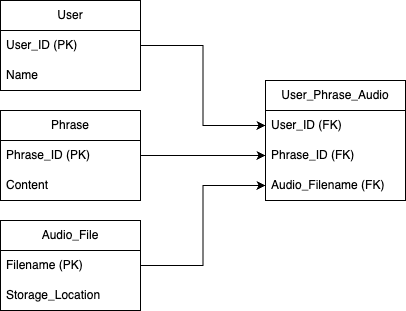
The draw.io diagram diagrams/d_data-Model.png in acltabontabon/audio-storage-service, before a commit. Source tidied: cells renumbered, new cells last; positions are measured from the earlier drawing's top-left corner, leaving out a move shared by most shapes. Source of this version:
```xml
<mxGraphModel>
  <root>
    <mxCell id="0" />
    <mxCell id="1" parent="0" />
    <mxCell id="2" value="User" style="swimlane;fontStyle=0;horizontal=1;startSize=30;whiteSpace=wrap;html=1;" parent="1" vertex="1">
      <mxGeometry width="140" height="90" as="geometry" />
    </mxCell>
    <mxCell id="3" value="User_ID (PK)" style="text;strokeColor=none;fillColor=none;align=left;verticalAlign=middle;spacingLeft=4;spacingRight=4;overflow=hidden;points=[[0,0.5],[1,0.5]];portConstraint=eastwest;whiteSpace=wrap;html=1;" parent="2" vertex="1">
      <mxGeometry y="30" width="140" height="30" as="geometry" />
    </mxCell>
    <mxCell id="4" value="Name" style="text;strokeColor=none;fillColor=none;align=left;verticalAlign=middle;spacingLeft=4;spacingRight=4;overflow=hidden;whiteSpace=wrap;html=1;" parent="2" vertex="1">
      <mxGeometry y="60" width="140" height="30" as="geometry" />
    </mxCell>
    <mxCell id="5" value="Phrase" style="swimlane;fontStyle=0;horizontal=1;startSize=30;whiteSpace=wrap;html=1;" parent="1" vertex="1">
      <mxGeometry y="110" width="140" height="90" as="geometry" />
    </mxCell>
    <mxCell id="6" value="Phrase_ID (PK)" style="text;strokeColor=none;fillColor=none;align=left;verticalAlign=middle;spacingLeft=4;spacingRight=4;overflow=hidden;points=[[0,0.5],[1,0.5]];portConstraint=eastwest;whiteSpace=wrap;html=1;" parent="5" vertex="1">
      <mxGeometry y="30" width="140" height="30" as="geometry" />
    </mxCell>
    <mxCell id="7" value="Content" style="text;strokeColor=none;fillColor=none;align=left;verticalAlign=middle;spacingLeft=4;spacingRight=4;overflow=hidden;whiteSpace=wrap;html=1;" parent="5" vertex="1">
      <mxGeometry y="60" width="140" height="30" as="geometry" />
    </mxCell>
    <mxCell id="8" value="Audio_File" style="swimlane;fontStyle=0;horizontal=1;startSize=30;whiteSpace=wrap;html=1;" parent="1" vertex="1">
      <mxGeometry y="220" width="140" height="90" as="geometry" />
    </mxCell>
    <mxCell id="9" value="Filename (PK)" style="text;strokeColor=none;fillColor=none;align=left;verticalAlign=middle;spacingLeft=4;spacingRight=4;overflow=hidden;points=[[0,0.5],[1,0.5]];portConstraint=eastwest;whiteSpace=wrap;html=1;" parent="8" vertex="1">
      <mxGeometry y="30" width="140" height="30" as="geometry" />
    </mxCell>
    <mxCell id="10" value="Storage_Location" style="text;strokeColor=none;fillColor=none;align=left;verticalAlign=middle;spacingLeft=4;spacingRight=4;overflow=hidden;whiteSpace=wrap;html=1;" parent="8" vertex="1">
      <mxGeometry y="60" width="140" height="30" as="geometry" />
    </mxCell>
    <mxCell id="11" value="User_Phrase_Audio" style="swimlane;fontStyle=0;horizontal=1;startSize=30;whiteSpace=wrap;html=1;" parent="1" vertex="1">
      <mxGeometry x="265" y="80" width="140" height="120" as="geometry" />
    </mxCell>
    <mxCell id="12" value="User_ID (FK)" style="text;strokeColor=none;fillColor=none;align=left;verticalAlign=middle;spacingLeft=4;spacingRight=4;overflow=hidden;points=[[0,0.5],[1,0.5]];portConstraint=eastwest;whiteSpace=wrap;html=1;" parent="11" vertex="1">
      <mxGeometry y="30" width="140" height="30" as="geometry" />
    </mxCell>
    <mxCell id="13" value="Phrase_ID (FK)" style="text;strokeColor=none;fillColor=none;align=left;verticalAlign=middle;spacingLeft=4;spacingRight=4;overflow=hidden;points=[[0,0.5],[1,0.5]];portConstraint=eastwest;whiteSpace=wrap;html=1;" parent="11" vertex="1">
      <mxGeometry y="60" width="140" height="30" as="geometry" />
    </mxCell>
    <mxCell id="14" value="Audio_Filename (FK)" style="text;strokeColor=none;fillColor=none;align=left;verticalAlign=middle;spacingLeft=4;spacingRight=4;overflow=hidden;points=[[0,0.5],[1,0.5]];portConstraint=eastwest;whiteSpace=wrap;html=1;" parent="11" vertex="1">
      <mxGeometry y="90" width="140" height="30" as="geometry" />
    </mxCell>
    <mxCell id="15" style="edgeStyle=orthogonalEdgeStyle;rounded=0;jettySize=auto;html=1;" parent="1" edge="1" source="6" target="13">
      <mxGeometry relative="1" as="geometry" />
    </mxCell>
    <mxCell id="16" style="edgeStyle=orthogonalEdgeStyle;rounded=0;jettySize=auto;html=1;exitX=1;exitY=0.5;exitDx=0;exitDy=0;entryX=0;entryY=0.5;entryDx=0;entryDy=0;" parent="1" edge="1" source="3" target="12">
      <mxGeometry relative="1" as="geometry" />
    </mxCell>
    <mxCell id="17" style="edgeStyle=orthogonalEdgeStyle;rounded=0;jettySize=auto;html=1;exitX=1;exitY=0.5;exitDx=0;exitDy=0;entryX=0;entryY=0.5;entryDx=0;entryDy=0;" parent="1" edge="1" source="9" target="14">
      <mxGeometry relative="1" as="geometry" />
    </mxCell>
  </root>
</mxGraphModel>
```
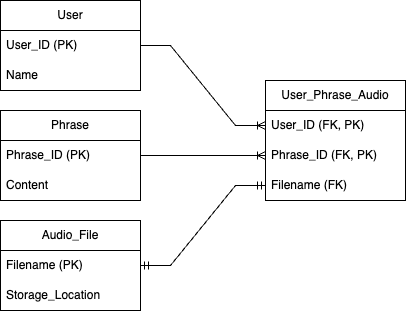
The same diagram one commit later.

Change to the diagram source:
```diff
@@ -32,22 +32,22 @@
     <mxCell id="11" value="User_Phrase_Audio" style="swimlane;fontStyle=0;horizontal=1;startSize=30;whiteSpace=wrap;html=1;" parent="1" vertex="1">
       <mxGeometry x="265" y="80" width="140" height="120" as="geometry" />
     </mxCell>
-    <mxCell id="12" value="User_ID (FK)" style="text;strokeColor=none;fillColor=none;align=left;verticalAlign=middle;spacingLeft=4;spacingRight=4;overflow=hidden;points=[[0,0.5],[1,0.5]];portConstraint=eastwest;whiteSpace=wrap;html=1;" parent="11" vertex="1">
+    <mxCell id="12" value="User_ID (FK, PK)" style="text;strokeColor=none;fillColor=none;align=left;verticalAlign=middle;spacingLeft=4;spacingRight=4;overflow=hidden;points=[[0,0.5],[1,0.5]];portConstraint=eastwest;whiteSpace=wrap;html=1;" parent="11" vertex="1">
       <mxGeometry y="30" width="140" height="30" as="geometry" />
     </mxCell>
-    <mxCell id="13" value="Phrase_ID (FK)" style="text;strokeColor=none;fillColor=none;align=left;verticalAlign=middle;spacingLeft=4;spacingRight=4;overflow=hidden;points=[[0,0.5],[1,0.5]];portConstraint=eastwest;whiteSpace=wrap;html=1;" parent="11" vertex="1">
+    <mxCell id="13" value="Phrase_ID (FK, PK)" style="text;strokeColor=none;fillColor=none;align=left;verticalAlign=middle;spacingLeft=4;spacingRight=4;overflow=hidden;points=[[0,0.5],[1,0.5]];portConstraint=eastwest;whiteSpace=wrap;html=1;" parent="11" vertex="1">
       <mxGeometry y="60" width="140" height="30" as="geometry" />
     </mxCell>
-    <mxCell id="14" value="Audio_Filename (FK)" style="text;strokeColor=none;fillColor=none;align=left;verticalAlign=middle;spacingLeft=4;spacingRight=4;overflow=hidden;points=[[0,0.5],[1,0.5]];portConstraint=eastwest;whiteSpace=wrap;html=1;" parent="11" vertex="1">
+    <mxCell id="14" value="Filename (FK)" style="text;strokeColor=none;fillColor=none;align=left;verticalAlign=middle;spacingLeft=4;spacingRight=4;overflow=hidden;points=[[0,0.5],[1,0.5]];portConstraint=eastwest;whiteSpace=wrap;html=1;" parent="11" vertex="1">
       <mxGeometry y="90" width="140" height="30" as="geometry" />
     </mxCell>
+    <mxCell id="16" style="edgeStyle=entityRelationEdgeStyle;fontSize=12;html=1;endArrow=ERoneToMany;rounded=0;" parent="1" edge="1" source="3" target="12">
+      <mxGeometry relative="1" as="geometry" />
+    </mxCell>
-    <mxCell id="15" style="edgeStyle=orthogonalEdgeStyle;rounded=0;jettySize=auto;html=1;" parent="1" edge="1" source="6" target="13">
+    <mxCell id="15" style="edgeStyle=entityRelationEdgeStyle;fontSize=12;html=1;endArrow=ERoneToMany;rounded=0;" parent="1" edge="1" source="6" target="13">
       <mxGeometry relative="1" as="geometry" />
     </mxCell>
-    <mxCell id="16" style="edgeStyle=orthogonalEdgeStyle;rounded=0;jettySize=auto;html=1;exitX=1;exitY=0.5;exitDx=0;exitDy=0;entryX=0;entryY=0.5;entryDx=0;entryDy=0;" parent="1" edge="1" source="3" target="12">
-      <mxGeometry relative="1" as="geometry" />
-    </mxCell>
-    <mxCell id="17" style="edgeStyle=orthogonalEdgeStyle;rounded=0;jettySize=auto;html=1;exitX=1;exitY=0.5;exitDx=0;exitDy=0;entryX=0;entryY=0.5;entryDx=0;entryDy=0;" parent="1" edge="1" source="9" target="14">
+    <mxCell id="17" style="edgeStyle=entityRelationEdgeStyle;fontSize=12;html=1;endArrow=ERmandOne;startArrow=ERmandOne;rounded=0;" parent="1" edge="1" source="9" target="14">
       <mxGeometry relative="1" as="geometry" />
     </mxCell>
   </root>
```
